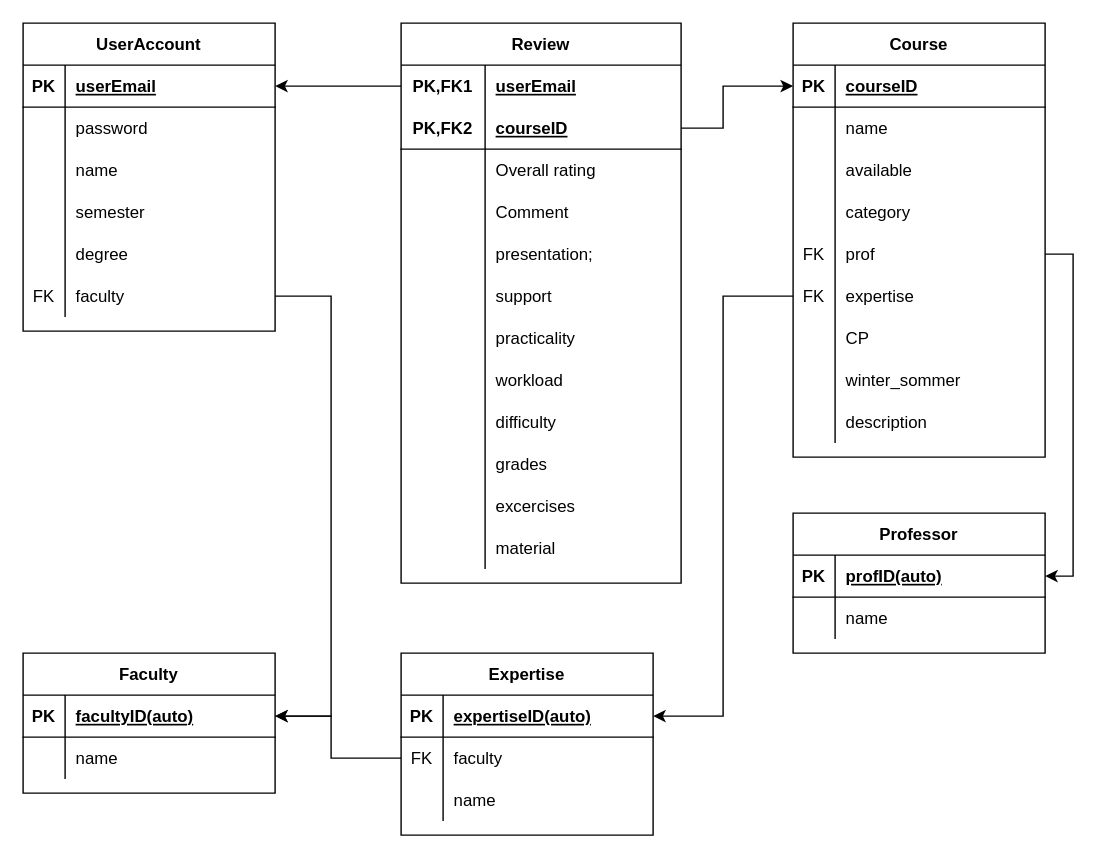
The draw.io diagram Documentation/Database/Database_structure.drawio in tudaGroup/lectureRate, before the edit. Source tidied: cells renumbered, new cells numbered last; positions are measured from the earlier drawing's top-left corner, leaving out a move shared by most shapes. Both pictures are drawn from the tidied source at 140%, with x=0, y=0 at pixel (22, 22).
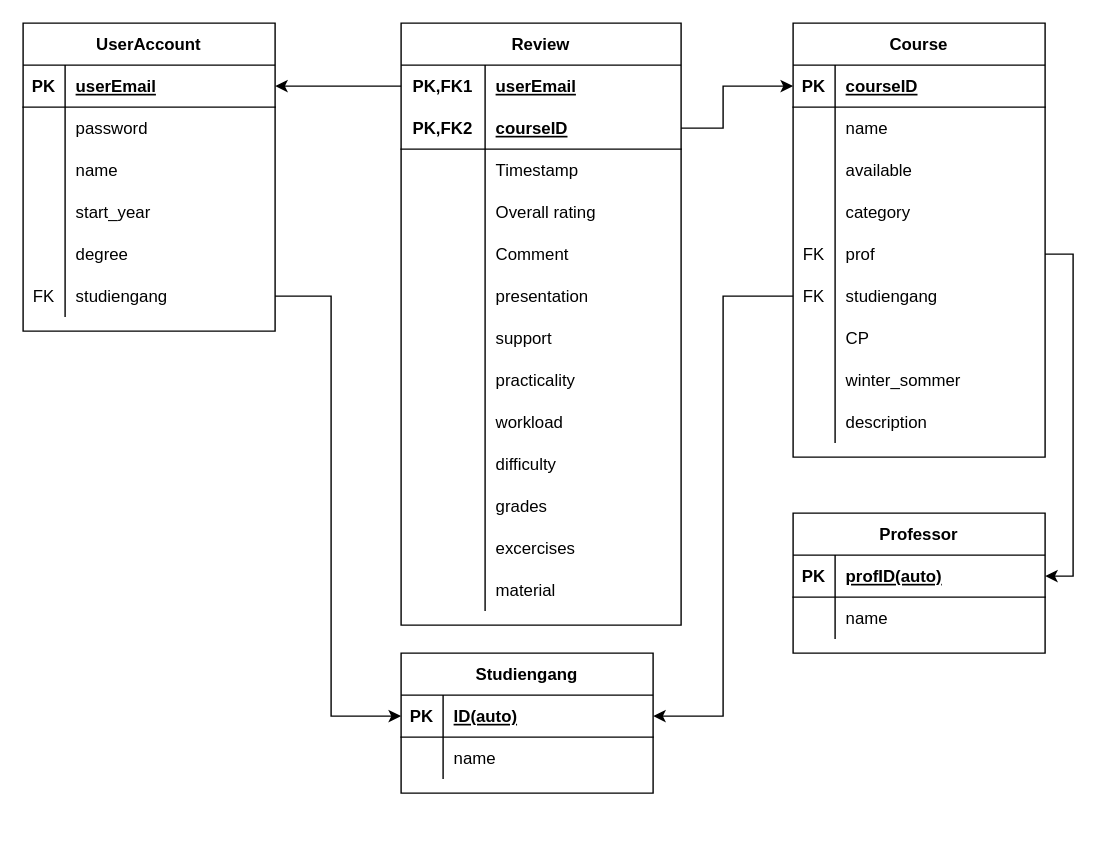
The same diagram, later.

Unchanged cells that the change refers to:
```xml
<mxCell id="12" style="shape=partialRectangle;fillColor=none;top=0;left=0;bottom=0;right=0;" parent="2" vertex="1">
  <mxGeometry y="120" width="180" height="30" as="geometry" />
</mxCell>
<mxCell id="18" style="shape=partialRectangle;fillColor=none;top=0;left=0;bottom=0;right=0;points=[[0,0.5],[1,0.5]];portConstraint=eastwest;" parent="2" vertex="1">
  <mxGeometry y="180" width="180" height="30" as="geometry" />
</mxCell>
<mxCell id="78" style="shape=partialRectangle;fillColor=none;top=0;left=0;bottom=0;right=0;points=[[0,0.5],[1,0.5]];portConstraint=eastwest;" parent="62" vertex="1">
  <mxGeometry y="180" width="180" height="30" as="geometry" />
</mxCell>
<mxCell id="99" style="shape=partialRectangle;fillColor=none;top=0;left=0;bottom=1;right=0;points=[[0,0.5],[1,0.5]];portConstraint=eastwest;" parent="98" vertex="1">
  <mxGeometry y="30" width="180" height="30" as="geometry" />
</mxCell>
```

Change to the diagram source:
```diff
@@
-    <mxCell id="14" value="semester" style="shape=partialRectangle;fillColor=none;top=0;left=0;bottom=0;right=0;align=left;spacingLeft=6;overflow=hidden;" parent="12" vertex="1">
+    <mxCell id="14" value="start_year" style="shape=partialRectangle;fillColor=none;top=0;left=0;bottom=0;right=0;align=left;spacingLeft=6;overflow=hidden;" parent="12" vertex="1">
       <mxGeometry x="30" width="150" height="30" as="geometry" />
     </mxCell>
@@
-    <mxCell id="20" value="faculty" style="shape=partialRectangle;fillColor=none;top=0;left=0;bottom=0;right=0;align=left;spacingLeft=6;overflow=hidden;" parent="18" vertex="1">
+    <mxCell id="20" value="studiengang" style="shape=partialRectangle;fillColor=none;top=0;left=0;bottom=0;right=0;align=left;spacingLeft=6;overflow=hidden;" parent="18" vertex="1">
       <mxGeometry x="30" width="150" height="30" as="geometry" />
     </mxCell>
     <mxCell id="21" value="Review" style="shape=table;startSize=30;childLayout=tableLayout;rowLines=0;fontStyle=1;align=center;" parent="1" vertex="1">
-      <mxGeometry x="270" width="200" height="400" as="geometry" />
+      <mxGeometry x="270" width="200" height="430" as="geometry" />
     </mxCell>
@@
+    <mxCell id="116" style="shape=partialRectangle;fillColor=none;top=0;left=0;bottom=0;right=0;" parent="21" vertex="1">
+      <mxGeometry y="90" width="200" height="30" as="geometry" />
+    </mxCell>
+    <mxCell id="117" style="shape=partialRectangle;fillColor=none;top=0;left=0;bottom=0;right=0;overflow=hidden;" parent="116" vertex="1">
+      <mxGeometry width="60" height="30" as="geometry" />
+    </mxCell>
+    <mxCell id="118" value="Timestamp" style="shape=partialRectangle;fillColor=none;top=0;left=0;bottom=0;right=0;align=left;spacingLeft=6;overflow=hidden;" parent="116" vertex="1">
+      <mxGeometry x="60" width="140" height="30" as="geometry" />
+    </mxCell>
     <mxCell id="28" style="shape=partialRectangle;fillColor=none;top=0;left=0;bottom=0;right=0;" parent="21" vertex="1">
-      <mxGeometry y="90" width="200" height="30" as="geometry" />
+      <mxGeometry y="120" width="200" height="30" as="geometry" />
     </mxCell>
@@
     <mxCell id="31" style="shape=partialRectangle;fillColor=none;top=0;left=0;bottom=0;right=0;" parent="21" vertex="1">
-      <mxGeometry y="120" width="200" height="30" as="geometry" />
+      <mxGeometry y="150" width="200" height="30" as="geometry" />
     </mxCell>
@@
     <mxCell id="34" style="shape=partialRectangle;fillColor=none;top=0;left=0;bottom=0;right=0;" parent="21" vertex="1">
-      <mxGeometry y="150" width="200" height="30" as="geometry" />
+      <mxGeometry y="180" width="200" height="30" as="geometry" />
     </mxCell>
@@
-    <mxCell id="36" value="presentation;" style="shape=partialRectangle;fillColor=none;top=0;left=0;bottom=0;right=0;align=left;spacingLeft=6;overflow=hidden;" parent="34" vertex="1">
+    <mxCell id="36" value="presentation" style="shape=partialRectangle;fillColor=none;top=0;left=0;bottom=0;right=0;align=left;spacingLeft=6;overflow=hidden;" parent="34" vertex="1">
       <mxGeometry x="60" width="140" height="30" as="geometry" />
     </mxCell>
     <mxCell id="37" style="shape=partialRectangle;fillColor=none;top=0;left=0;bottom=0;right=0;" parent="21" vertex="1">
-      <mxGeometry y="180" width="200" height="30" as="geometry" />
+      <mxGeometry y="210" width="200" height="30" as="geometry" />
     </mxCell>
@@
     <mxCell id="40" style="shape=partialRectangle;fillColor=none;top=0;left=0;bottom=0;right=0;" parent="21" vertex="1">
-      <mxGeometry y="210" width="200" height="30" as="geometry" />
+      <mxGeometry y="240" width="200" height="30" as="geometry" />
     </mxCell>
@@
     <mxCell id="43" style="shape=partialRectangle;fillColor=none;top=0;left=0;bottom=0;right=0;" parent="21" vertex="1">
-      <mxGeometry y="240" width="200" height="30" as="geometry" />
+      <mxGeometry y="270" width="200" height="30" as="geometry" />
     </mxCell>
@@
     <mxCell id="46" style="shape=partialRectangle;fillColor=none;top=0;left=0;bottom=0;right=0;" parent="21" vertex="1">
-      <mxGeometry y="270" width="200" height="30" as="geometry" />
+      <mxGeometry y="300" width="200" height="30" as="geometry" />
     </mxCell>
@@
     <mxCell id="49" style="shape=partialRectangle;fillColor=none;top=0;left=0;bottom=0;right=0;" parent="21" vertex="1">
-      <mxGeometry y="300" width="200" height="30" as="geometry" />
+      <mxGeometry y="330" width="200" height="30" as="geometry" />
     </mxCell>
@@
     <mxCell id="52" style="shape=partialRectangle;fillColor=none;top=0;left=0;bottom=0;right=0;" parent="21" vertex="1">
-      <mxGeometry y="330" width="200" height="30" as="geometry" />
+      <mxGeometry y="360" width="200" height="30" as="geometry" />
     </mxCell>
@@
     <mxCell id="55" style="shape=partialRectangle;fillColor=none;top=0;left=0;bottom=0;right=0;" parent="21" vertex="1">
-      <mxGeometry y="360" width="200" height="30" as="geometry" />
+      <mxGeometry y="390" width="200" height="30" as="geometry" />
     </mxCell>
@@
-    <mxCell id="58" style="edgeStyle=orthogonalEdgeStyle;rounded=0;jettySize=auto;html=1;entryX=1;entryY=0.5;entryDx=0;entryDy=0;exitX=1;exitY=0.5;exitDx=0;exitDy=0;" parent="1" edge="1" source="18" target="109">
+    <mxCell id="58" style="edgeStyle=orthogonalEdgeStyle;rounded=0;jettySize=auto;html=1;entryX=0;entryY=0.5;entryDx=0;entryDy=0;exitX=1;exitY=0.5;exitDx=0;exitDy=0;" parent="1" edge="1" source="18" target="99">
       <mxGeometry relative="1" as="geometry">
         <Array as="points">
           <mxPoint x="220" y="195" />
           <mxPoint x="220" y="495" />
         </Array>
       </mxGeometry>
     </mxCell>
@@
-    <mxCell id="80" value="expertise" style="shape=partialRectangle;fillColor=none;top=0;left=0;bottom=0;right=0;align=left;spacingLeft=6;overflow=hidden;" parent="78" vertex="1">
+    <mxCell id="80" value="studiengang" style="shape=partialRectangle;fillColor=none;top=0;left=0;bottom=0;right=0;align=left;spacingLeft=6;overflow=hidden;" parent="78" vertex="1">
       <mxGeometry x="30" width="150" height="30" as="geometry" />
     </mxCell>
@@
-    <mxCell id="98" value="Expertise" style="shape=table;startSize=30;childLayout=tableLayout;rowLines=0;fontStyle=1;align=center;" parent="1" vertex="1">
-      <mxGeometry x="270" y="450" width="180" height="130" as="geometry" />
+    <mxCell id="98" value="Studiengang" style="shape=table;startSize=30;childLayout=tableLayout;rowLines=0;fontStyle=1;align=center;" parent="1" vertex="1">
+      <mxGeometry x="270" y="450" width="180" height="100" as="geometry" />
     </mxCell>
@@
-    <mxCell id="101" value="expertiseID(auto)" style="shape=partialRectangle;fillColor=none;top=0;left=0;bottom=0;right=0;align=left;spacingLeft=6;fontStyle=5;overflow=hidden;" parent="99" vertex="1">
+    <mxCell id="101" value="ID(auto)" style="shape=partialRectangle;fillColor=none;top=0;left=0;bottom=0;right=0;align=left;spacingLeft=6;fontStyle=5;overflow=hidden;" parent="99" vertex="1">
       <mxGeometry x="30" width="150" height="30" as="geometry" />
     </mxCell>
-    <mxCell id="102" style="shape=partialRectangle;fillColor=none;top=0;left=0;bottom=0;right=0;points=[[0,0.5],[1,0.5]];portConstraint=eastwest;" parent="98" vertex="1">
-      <mxGeometry y="60" width="180" height="30" as="geometry" />
-    </mxCell>
-    <mxCell id="103" value="FK" style="shape=partialRectangle;fillColor=none;top=0;left=0;bottom=0;right=0;overflow=hidden;" parent="102" vertex="1">
-      <mxGeometry width="30" height="30" as="geometry" />
-    </mxCell>
-    <mxCell id="104" value="faculty" style="shape=partialRectangle;fillColor=none;top=0;left=0;bottom=0;right=0;align=left;spacingLeft=6;overflow=hidden;" parent="102" vertex="1">
-      <mxGeometry x="30" width="150" height="30" as="geometry" />
-    </mxCell>
     <mxCell id="105" style="shape=partialRectangle;fillColor=none;top=0;left=0;bottom=0;right=0;" parent="98" vertex="1">
-      <mxGeometry y="90" width="180" height="30" as="geometry" />
+      <mxGeometry y="60" width="180" height="30" as="geometry" />
     </mxCell>
@@
-    <mxCell id="108" value="Faculty" style="shape=table;startSize=30;childLayout=tableLayout;rowLines=0;fontStyle=1;align=center;" parent="1" vertex="1">
-      <mxGeometry y="450" width="180" height="100" as="geometry" />
-    </mxCell>
-    <mxCell id="109" style="shape=partialRectangle;fillColor=none;top=0;left=0;bottom=1;right=0;points=[[0,0.5],[1,0.5]];portConstraint=eastwest;" parent="108" vertex="1">
-      <mxGeometry y="30" width="180" height="30" as="geometry" />
-    </mxCell>
-    <mxCell id="110" value="PK" style="shape=partialRectangle;fillColor=none;top=0;left=0;bottom=0;right=0;fontStyle=1;overflow=hidden;" parent="109" vertex="1">
-      <mxGeometry width="30" height="30" as="geometry" />
-    </mxCell>
-    <mxCell id="111" value="facultyID(auto)" style="shape=partialRectangle;fillColor=none;top=0;left=0;bottom=0;right=0;align=left;spacingLeft=6;fontStyle=5;overflow=hidden;" parent="109" vertex="1">
-      <mxGeometry x="30" width="150" height="30" as="geometry" />
-    </mxCell>
-    <mxCell id="112" style="shape=partialRectangle;fillColor=none;top=0;left=0;bottom=0;right=0;" parent="108" vertex="1">
-      <mxGeometry y="60" width="180" height="30" as="geometry" />
-    </mxCell>
-    <mxCell id="113" style="shape=partialRectangle;fillColor=none;top=0;left=0;bottom=0;right=0;overflow=hidden;" parent="112" vertex="1">
-      <mxGeometry width="30" height="30" as="geometry" />
-    </mxCell>
-    <mxCell id="114" value="name" style="shape=partialRectangle;fillColor=none;top=0;left=0;bottom=0;right=0;align=left;spacingLeft=6;overflow=hidden;" parent="112" vertex="1">
-      <mxGeometry x="30" width="150" height="30" as="geometry" />
-    </mxCell>
-    <mxCell id="115" style="edgeStyle=orthogonalEdgeStyle;rounded=0;jettySize=auto;html=1;entryX=1;entryY=0.5;entryDx=0;entryDy=0;" parent="1" edge="1" source="102" target="109">
-      <mxGeometry relative="1" as="geometry">
-        <Array as="points">
-          <mxPoint x="220" y="525" />
-          <mxPoint x="220" y="495" />
-        </Array>
-      </mxGeometry>
-    </mxCell>
```
